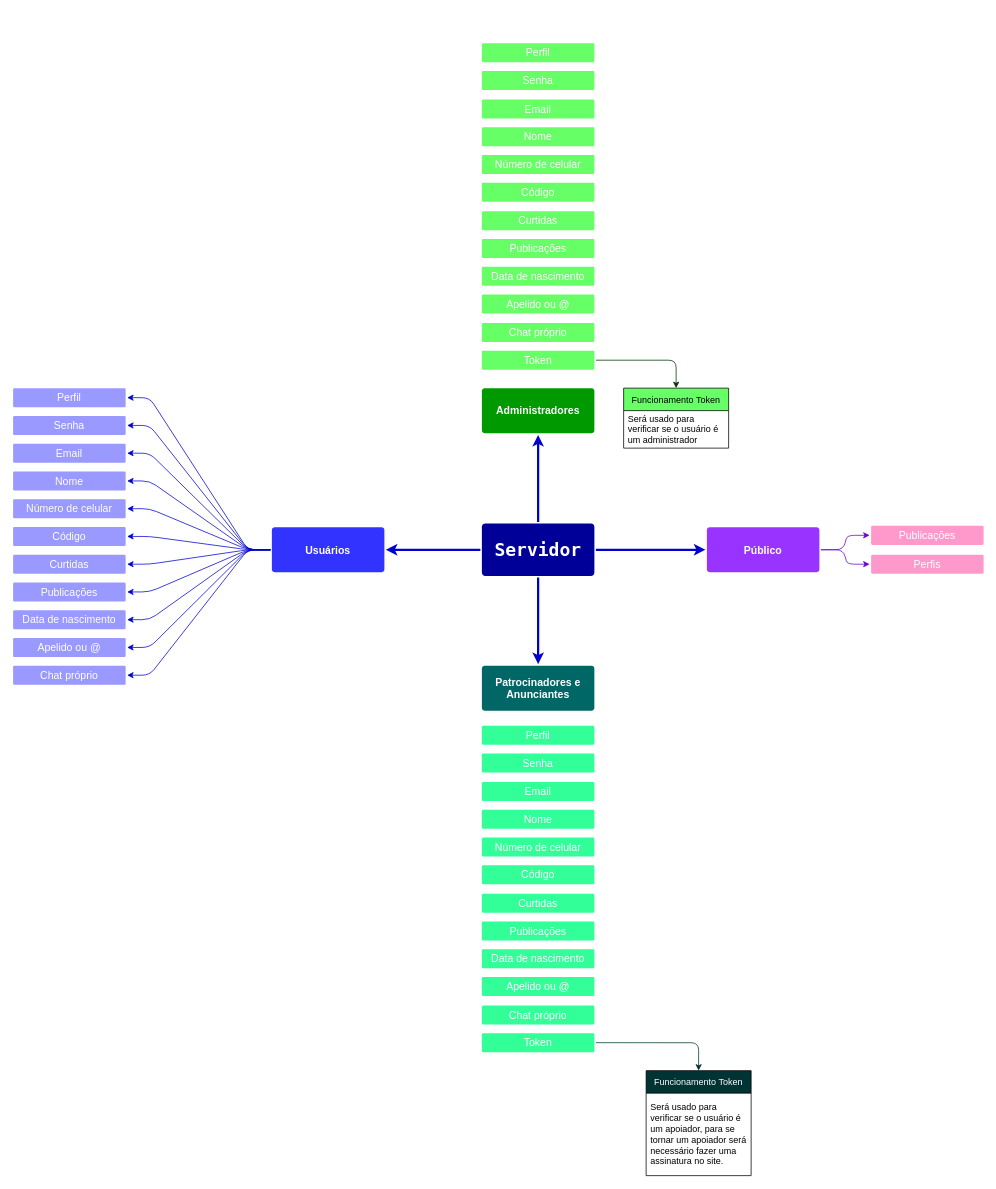
Before: Mapa Conceitual/Untitled Diagram.drawio in zululuga/Ecogamma-mapa, a draw.io diagram. Source tidied: cells renumbered, new cells numbered last; positions are measured from the earlier drawing's top-left corner, leaving out a move shared by most shapes. Both pictures are drawn from the tidied source at 75%, with x=0, y=0 at pixel (13, 43).
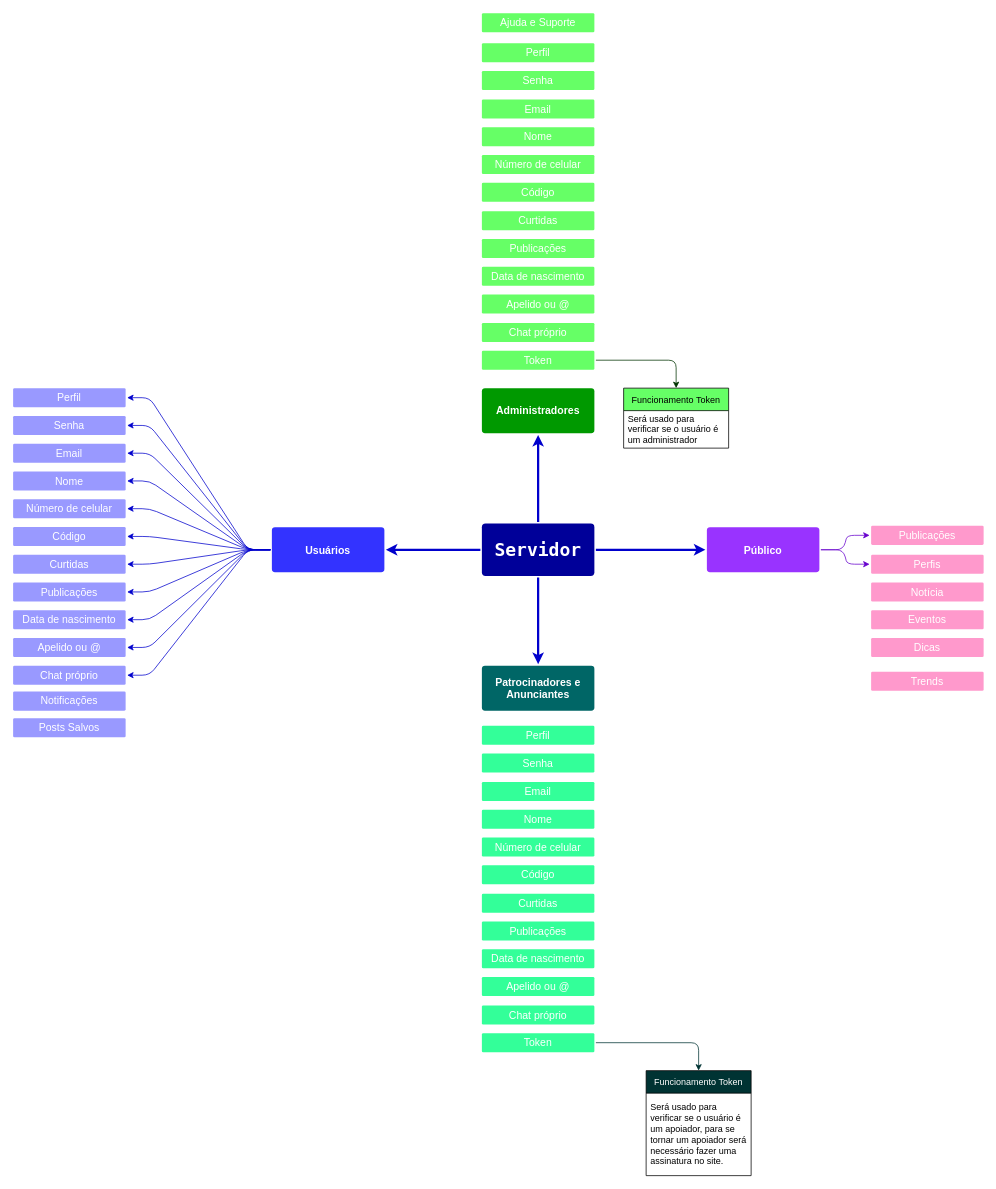
After the change.

Diff of the diagram source:
```diff
@@
+    <mxCell id="70" value="Notificações" style="rounded=1;whiteSpace=wrap;html=1;shadow=0;labelBackgroundColor=none;strokeColor=none;strokeWidth=3;fillColor=#9999FF;fontFamily=Helvetica;fontSize=14;fontColor=#FFFFFF;align=center;spacing=5;fontStyle=0;arcSize=7;perimeterSpacing=2;" parent="1" vertex="1">
+      <mxGeometry y="864.5" width="150" height="25.5" as="geometry" />
+    </mxCell>
+    <mxCell id="71" value="Posts Salvos" style="rounded=1;whiteSpace=wrap;html=1;shadow=0;labelBackgroundColor=none;strokeColor=none;strokeWidth=3;fillColor=#9999FF;fontFamily=Helvetica;fontSize=14;fontColor=#FFFFFF;align=center;spacing=5;fontStyle=0;arcSize=7;perimeterSpacing=2;" parent="1" vertex="1">
+      <mxGeometry y="900" width="150" height="25.5" as="geometry" />
+    </mxCell>
+    <mxCell id="72" value="Notícia" style="rounded=1;whiteSpace=wrap;html=1;shadow=0;labelBackgroundColor=none;strokeColor=none;strokeWidth=3;fillColor=#FF99CC;fontFamily=Helvetica;fontSize=14;fontColor=#FFFFFF;align=center;spacing=5;fontStyle=0;arcSize=7;perimeterSpacing=2;" parent="1" vertex="1">
+      <mxGeometry x="1144" y="719" width="150" height="25.5" as="geometry" />
+    </mxCell>
+    <mxCell id="73" value="Eventos" style="rounded=1;whiteSpace=wrap;html=1;shadow=0;labelBackgroundColor=none;strokeColor=none;strokeWidth=3;fillColor=#FF99CC;fontFamily=Helvetica;fontSize=14;fontColor=#FFFFFF;align=center;spacing=5;fontStyle=0;arcSize=7;perimeterSpacing=2;" parent="1" vertex="1">
+      <mxGeometry x="1144" y="756" width="150" height="25.5" as="geometry" />
+    </mxCell>
+    <mxCell id="74" value="Dicas" style="rounded=1;whiteSpace=wrap;html=1;shadow=0;labelBackgroundColor=none;strokeColor=none;strokeWidth=3;fillColor=#FF99CC;fontFamily=Helvetica;fontSize=14;fontColor=#FFFFFF;align=center;spacing=5;fontStyle=0;arcSize=7;perimeterSpacing=2;" parent="1" vertex="1">
+      <mxGeometry x="1144" y="793" width="150" height="25.5" as="geometry" />
+    </mxCell>
+    <mxCell id="75" value="Ajuda e Suporte" style="rounded=1;whiteSpace=wrap;html=1;shadow=0;labelBackgroundColor=none;strokeColor=none;strokeWidth=3;fillColor=#66FF66;fontFamily=Helvetica;fontSize=14;fontColor=#FFFFFF;align=center;spacing=5;fontStyle=0;arcSize=7;perimeterSpacing=2;" parent="1" vertex="1">
+      <mxGeometry x="625" y="-40" width="150" height="25.5" as="geometry" />
+    </mxCell>
+    <mxCell id="76" value="Trends" style="rounded=1;whiteSpace=wrap;html=1;shadow=0;labelBackgroundColor=none;strokeColor=none;strokeWidth=3;fillColor=#FF99CC;fontFamily=Helvetica;fontSize=14;fontColor=#FFFFFF;align=center;spacing=5;fontStyle=0;arcSize=7;perimeterSpacing=2;" parent="1" vertex="1">
+      <mxGeometry x="1144" y="838" width="150" height="25.5" as="geometry" />
+    </mxCell>
```
